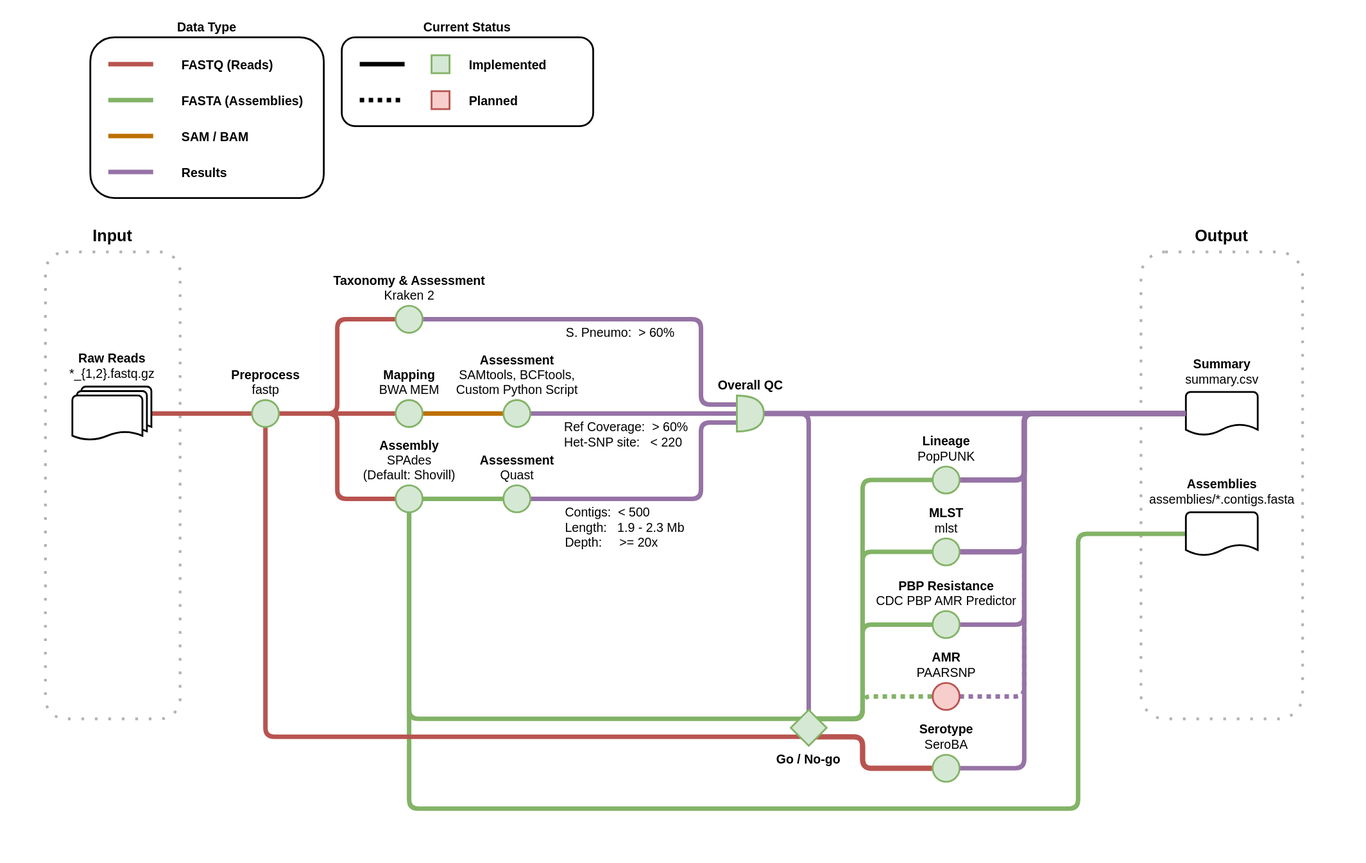
Before: doc/workflow.drawio.svg, a diagram exported from draw.io (sanger-bentley-group/gps-pipeline). Source tidied: cells renumbered, new cells last; positions are measured from the earlier drawing's top-left corner, leaving out a move shared by most shapes.
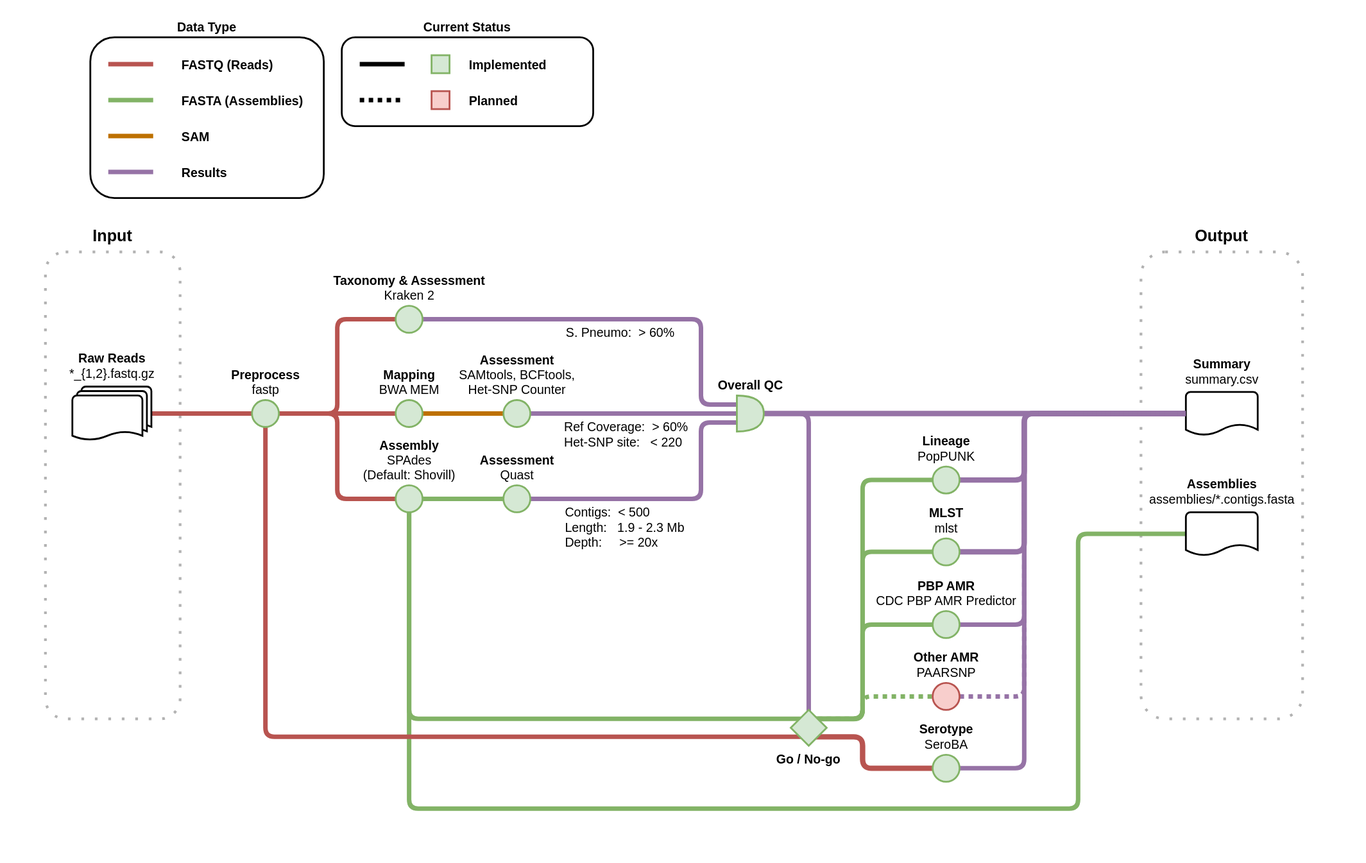
Above is the later version.

Commit message:
Improve accuracy of descriptions

Change to the diagram source:
```diff
@@ -114,7 +114,7 @@
         <mxPoint x="170" y="151" as="targetPoint" />
       </mxGeometry>
     </mxCell>
-    <mxCell id="27" value="SAM / BAM" style="edgeLabel;html=1;align=left;verticalAlign=middle;fontStyle=1;labelBackgroundColor=none;rounded=1;fontSize=14;" parent="26" vertex="1">
+    <mxCell id="27" value="SAM" style="edgeLabel;html=1;align=left;verticalAlign=middle;fontStyle=1;labelBackgroundColor=none;rounded=1;fontSize=14;" parent="26" vertex="1">
       <mxGeometry x="0.4" relative="1" as="geometry">
         <mxPoint x="45" as="offset" />
       </mxGeometry>
@@ -260,7 +260,7 @@
     <mxCell id="52" value="&lt;b style=&quot;font-size: 14px;&quot;&gt;Assessment&lt;/b&gt;&lt;br style=&quot;font-size: 14px;&quot;&gt;Quast" style="ellipse;html=1;strokeWidth=2;labelPosition=center;verticalLabelPosition=top;align=center;verticalAlign=bottom;fillColor=#d5e8d4;strokeColor=#82b366;rounded=1;fontSize=14;" parent="1" vertex="1">
       <mxGeometry x="560" y="540" width="30" height="30" as="geometry" />
     </mxCell>
-    <mxCell id="53" value="&lt;b style=&quot;font-size: 14px&quot;&gt;Assessment&lt;br style=&quot;font-size: 14px&quot;&gt;&lt;/b&gt;SAMtools, BCFtools,&lt;br&gt;Custom Python&amp;nbsp;Script" style="ellipse;html=1;strokeWidth=2;labelPosition=center;verticalLabelPosition=top;align=center;verticalAlign=bottom;fillColor=#d5e8d4;strokeColor=#82b366;rounded=1;fontSize=14;" parent="1" vertex="1">
+    <mxCell id="53" value="&lt;b style=&quot;font-size: 14px&quot;&gt;Assessment&lt;br style=&quot;font-size: 14px&quot;&gt;&lt;/b&gt;SAMtools, BCFtools,&lt;br&gt;Het-SNP Counter" style="ellipse;html=1;strokeWidth=2;labelPosition=center;verticalLabelPosition=top;align=center;verticalAlign=bottom;fillColor=#d5e8d4;strokeColor=#82b366;rounded=1;fontSize=14;" parent="1" vertex="1">
       <mxGeometry x="560" y="445" width="30" height="30" as="geometry" />
     </mxCell>
     <mxCell id="54" value="&lt;b style=&quot;font-size: 14px;&quot;&gt;Preprocess&lt;/b&gt;&lt;br style=&quot;font-size: 14px;&quot;&gt;fastp" style="ellipse;html=1;strokeWidth=2;labelPosition=center;verticalLabelPosition=top;align=center;verticalAlign=bottom;fillColor=#d5e8d4;strokeColor=#82b366;rounded=1;fontSize=14;" parent="1" vertex="1">
@@ -277,7 +277,7 @@
     <mxCell id="56" value="Go / No-go" style="strokeWidth=2;shape=mxgraph.flowchart.decision;fillColor=#d5e8d4;strokeColor=#82b366;labelPosition=center;verticalLabelPosition=bottom;align=center;verticalAlign=top;fontStyle=1;rounded=1;fontSize=14;" parent="1" vertex="1">
       <mxGeometry x="880" y="790" width="40" height="40" as="geometry" />
     </mxCell>
-    <mxCell id="57" value="&lt;b style=&quot;font-size: 14px&quot;&gt;PBP Resistance&lt;/b&gt;&lt;br style=&quot;font-size: 14px&quot;&gt;CDC PBP AMR Predictor" style="ellipse;html=1;strokeWidth=2;labelPosition=center;verticalLabelPosition=top;align=center;verticalAlign=bottom;fillColor=#d5e8d4;strokeColor=#82b366;rounded=1;fontSize=14;" parent="1" vertex="1">
+    <mxCell id="57" value="&lt;b style=&quot;font-size: 14px&quot;&gt;PBP AMR&lt;/b&gt;&lt;br style=&quot;font-size: 14px&quot;&gt;CDC PBP AMR Predictor" style="ellipse;html=1;strokeWidth=2;labelPosition=center;verticalLabelPosition=top;align=center;verticalAlign=bottom;fillColor=#d5e8d4;strokeColor=#82b366;rounded=1;fontSize=14;" parent="1" vertex="1">
       <mxGeometry x="1038" y="680" width="30" height="30" as="geometry" />
     </mxCell>
     <mxCell id="58" value="&lt;b style=&quot;font-size: 14px&quot;&gt;MLST&lt;/b&gt;&lt;br style=&quot;font-size: 14px&quot;&gt;mlst" style="ellipse;html=1;strokeWidth=2;labelPosition=center;verticalLabelPosition=top;align=center;verticalAlign=bottom;fillColor=#d5e8d4;strokeColor=#82b366;rounded=1;fontSize=14;" parent="1" vertex="1">
@@ -300,7 +300,7 @@
         </Array>
       </mxGeometry>
     </mxCell>
-    <mxCell id="63" value="&lt;b&gt;AMR&lt;/b&gt;&lt;br&gt;PAARSNP" style="ellipse;html=1;strokeWidth=2;labelPosition=center;verticalLabelPosition=top;align=center;verticalAlign=bottom;fillColor=#f8cecc;strokeColor=#b85450;rounded=1;fontSize=14;" parent="1" vertex="1">
+    <mxCell id="63" value="&lt;b&gt;Other AMR&lt;/b&gt;&lt;br&gt;PAARSNP" style="ellipse;html=1;strokeWidth=2;labelPosition=center;verticalLabelPosition=top;align=center;verticalAlign=bottom;fillColor=#f8cecc;strokeColor=#b85450;rounded=1;fontSize=14;" parent="1" vertex="1">
       <mxGeometry x="1038" y="760" width="30" height="30" as="geometry" />
     </mxCell>
   </root>
```
